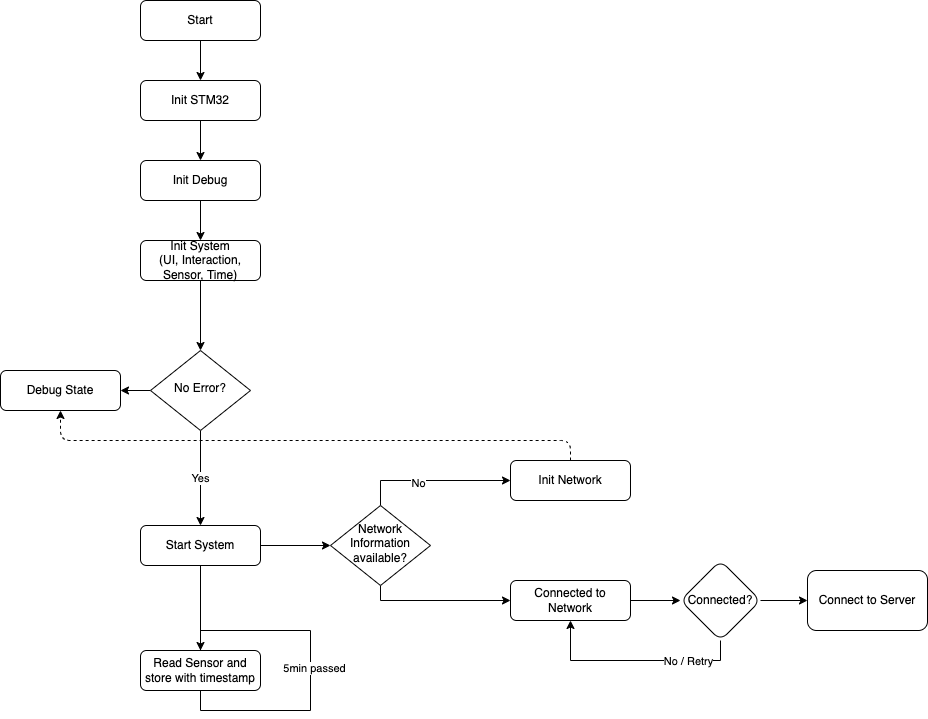
Earlier version of the draw.io export week-4-state-machine-flowchart.drawio.png (martenbiehl/making-embedded-systems-exercises). Source tidied: cells renumbered, new cells last; positions are measured from the earlier drawing's top-left corner, leaving out a move shared by most shapes.
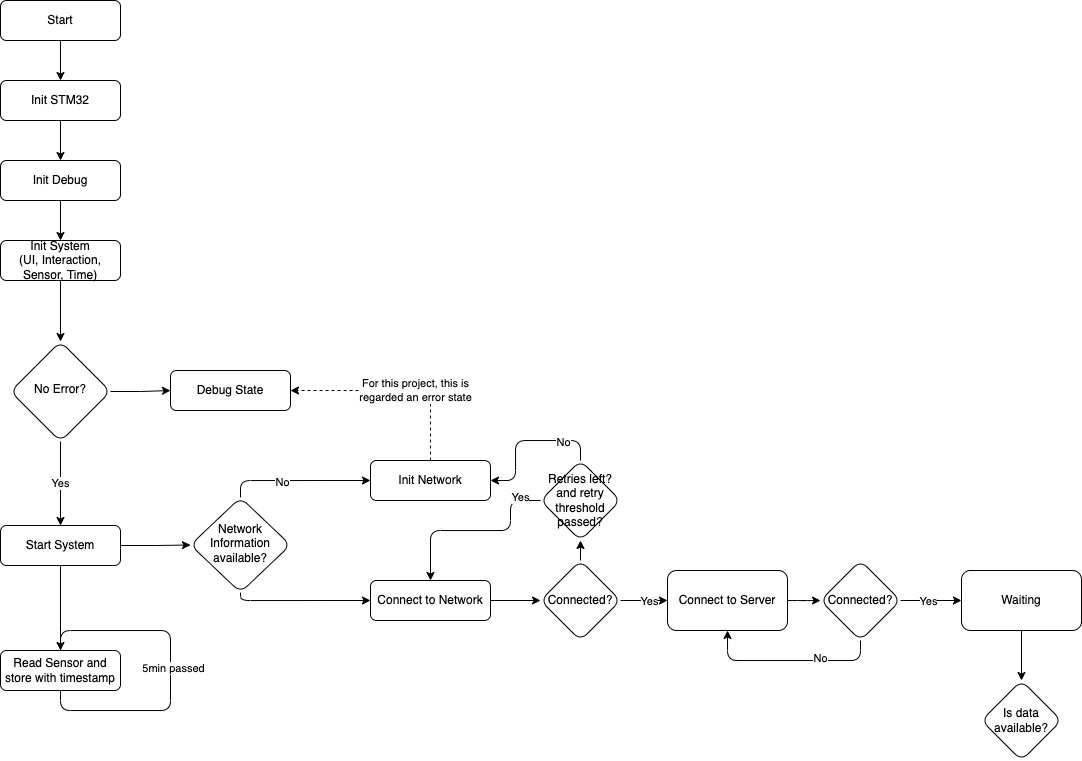
The same file after the commit.

The edit, as a diff of the source:
```diff
@@ -20,17 +20,22 @@
     <mxCell id="7" value="Init Debug" style="rounded=1;whiteSpace=wrap;html=1;fontSize=12;glass=0;strokeWidth=1;shadow=0;" parent="1" vertex="1">
       <mxGeometry x="140" y="160" width="120" height="40" as="geometry" />
     </mxCell>
-    <mxCell id="8" value="&lt;span style=&quot;color: rgba(0, 0, 0, 0); font-family: monospace; font-size: 0px; text-align: start; background-color: rgb(248, 249, 250);&quot;&gt;%3CmxGraphModel%3E%3Croot%3E%3CmxCell%20id%3D%220%22%2F%3E%3CmxCell%20id%3D%221%22%20parent%3D%220%22%2F%3E%3CmxCell%20id%3D%222%22%20value%3D%22For%20this%20system%20this%20is%20regarded%20an%20error%20state%22%20style%3D%22edgeLabel%3Bhtml%3D1%3Balign%3Dcenter%3BverticalAlign%3Dmiddle%3Bresizable%3D0%3Bpoints%3D%5B%5D%3B%22%20vertex%3D%221%22%20connectable%3D%220%22%20parent%3D%221%22%3E%3CmxGeometry%20x%3D%22486%22%20y%3D%22470%22%20as%3D%22geometry%22%2F%3E%3C%2FmxCell%3E%3C%2Froot%3E%3C%2FmxGraphModel%3E&lt;/span&gt;&lt;span style=&quot;color: rgba(0, 0, 0, 0); font-family: monospace; font-size: 0px; text-align: start; background-color: rgb(248, 249, 250);&quot;&gt;%3CmxGraphModel%3E%3Croot%3E%3CmxCell%20id%3D%220%22%2F%3E%3CmxCell%20id%3D%221%22%20parent%3D%220%22%2F%3E%3CmxCell%20id%3D%222%22%20value%3D%22For%20this%20system%20this%20is%20regarded%20an%20error%20state%22%20style%3D%22edgeLabel%3Bhtml%3D1%3Balign%3Dcenter%3BverticalAlign%3Dmiddle%3Bresizable%3D0%3Bpoints%3D%5B%5D%3B%22%20vertex%3D%221%22%20connectable%3D%220%22%20parent%3D%221%22%3E%3CmxGeometry%20x%3D%22486%22%20y%3D%22470%22%20as%3D%22geometry%22%2F%3E%3C%2FmxCell%3E%3C%2Froot%3E%3C%2FmxGraphModel%3EFor&lt;/span&gt;" style="edgeStyle=orthogonalEdgeStyle;rounded=1;jettySize=auto;html=1;dashed=1;" parent="1" edge="1" source="10" target="19">
+    <mxCell id="8" value="&lt;span style=&quot;color: rgba(0, 0, 0, 0); font-family: monospace; font-size: 0px; text-align: start; background-color: rgb(248, 249, 250);&quot;&gt;%3CmxGraphModel%3E%3Croot%3E%3CmxCell%20id%3D%220%22%2F%3E%3CmxCell%20id%3D%221%22%20parent%3D%220%22%2F%3E%3CmxCell%20id%3D%222%22%20value%3D%22For%20this%20system%20this%20is%20regarded%20an%20error%20state%22%20style%3D%22edgeLabel%3Bhtml%3D1%3Balign%3Dcenter%3BverticalAlign%3Dmiddle%3Bresizable%3D0%3Bpoints%3D%5B%5D%3B%22%20vertex%3D%221%22%20connectable%3D%220%22%20parent%3D%221%22%3E%3CmxGeometry%20x%3D%22486%22%20y%3D%22470%22%20as%3D%22geometry%22%2F%3E%3C%2FmxCell%3E%3C%2Froot%3E%3C%2FmxGraphModel%3E&lt;/span&gt;&lt;span style=&quot;color: rgba(0, 0, 0, 0); font-family: monospace; font-size: 0px; text-align: start; background-color: rgb(248, 249, 250);&quot;&gt;%3CmxGraphModel%3E%3Croot%3E%3CmxCell%20id%3D%220%22%2F%3E%3CmxCell%20id%3D%221%22%20parent%3D%220%22%2F%3E%3CmxCell%20id%3D%222%22%20value%3D%22For%20this%20system%20this%20is%20regarded%20an%20error%20state%22%20style%3D%22edgeLabel%3Bhtml%3D1%3Balign%3Dcenter%3BverticalAlign%3Dmiddle%3Bresizable%3D0%3Bpoints%3D%5B%5D%3B%22%20vertex%3D%221%22%20connectable%3D%220%22%20parent%3D%221%22%3E%3CmxGeometry%20x%3D%22486%22%20y%3D%22470%22%20as%3D%22geometry%22%2F%3E%3C%2FmxCell%3E%3C%2Froot%3E%3C%2FmxGraphModel%3EFor&lt;/span&gt;" style="edgeStyle=orthogonalEdgeStyle;rounded=1;jettySize=auto;html=1;dashed=1;entryX=1;entryY=0.5;entryDx=0;entryDy=0;exitX=0.5;exitY=0;exitDx=0;exitDy=0;" parent="1" edge="1" source="10" target="19">
       <mxGeometry relative="1" as="geometry">
         <Array as="points">
-          <mxPoint x="570" y="440" />
-          <mxPoint x="60" y="440" />
+          <mxPoint x="570" y="390" />
         </Array>
       </mxGeometry>
     </mxCell>
     <mxCell id="9" value="&lt;span style=&quot;color: rgba(0, 0, 0, 0); font-family: monospace; font-size: 0px; text-align: start; background-color: rgb(248, 249, 250);&quot;&gt;%3CmxGraphModel%3E%3Croot%3E%3CmxCell%20id%3D%220%22%2F%3E%3CmxCell%20id%3D%221%22%20parent%3D%220%22%2F%3E%3CmxCell%20id%3D%222%22%20value%3D%22For%20this%20system%20this%20is%20regarded%20an%20error%20state%22%20style%3D%22edgeLabel%3Bhtml%3D1%3Balign%3Dcenter%3BverticalAlign%3Dmiddle%3Bresizable%3D0%3Bpoints%3D%5B%5D%3B%22%20vertex%3D%221%22%20connectable%3D%220%22%20parent%3D%221%22%3E%3CmxGeometry%20x%3D%22486%22%20y%3D%22470%22%20as%3D%22geometry%22%2F%3E%3C%2FmxCell%3E%3C%2Froot%3E%3C%2FmxGraphModel%For t&lt;/span&gt;" style="edgeLabel;html=1;align=center;verticalAlign=middle;" parent="8" vertex="1">
       <mxGeometry x="-0.14" y="-4" relative="1" as="geometry" />
     </mxCell>
+    <mxCell id="34" value="&lt;span style=&quot;color: rgba(0, 0, 0, 0); font-family: monospace; font-size: 0px; text-align: start; background-color: rgb(248, 249, 250);&quot;&gt;%3CmxGraphModel%3E%3Croot%3E%3CmxCell%20id%3D%220%22%2F%3E%3CmxCell%20id%3D%221%22%20parent%3D%220%22%2F%3E%3CmxCell%20id%3D%222%22%20value%3D%22For%20this%20system%20this%20is%20regarded%20an%20error%20state%22%20style%3D%22edgeLabel%3Bhtml%3D1%3Balign%3Dcenter%3BverticalAlign%3Dmiddle%3Bresizable%3D0%3Bpoints%3D%5B%5D%3B%22%20vertex%3D%221%22%20connectable%3D%220%22%20parent%3D%221%22%3E%3CmxGeometry%20x%3D%22486%22%20y%3D%22470%22%20as%3D%22geometry%22%2F%3E%3C%2FmxCell%3E%3C%2Froot%3E%3C%2FmxGraphModel%For this&lt;/span&gt;" style="edgeLabel;html=1;align=center;verticalAlign=middle;" parent="8" vertex="1">
+      <mxGeometry x="-0.28" relative="1" as="geometry" />
+    </mxCell>
+    <mxCell id="35" value="For this project, this is&lt;br&gt;regarded an error state" style="edgeLabel;html=1;align=center;verticalAlign=middle;" parent="8" vertex="1">
+      <mxGeometry x="-0.18" relative="1" as="geometry" />
+    </mxCell>
     <mxCell id="10" value="Init Network" style="rounded=1;whiteSpace=wrap;html=1;fontSize=12;glass=0;strokeWidth=1;shadow=0;" parent="1" vertex="1">
       <mxGeometry x="510" y="460" width="120" height="40" as="geometry" />
     </mxCell>
@@ -40,7 +45,7 @@
     <mxCell id="12" value="Init STM32" style="rounded=1;whiteSpace=wrap;html=1;fontSize=12;glass=0;strokeWidth=1;shadow=0;" parent="1" vertex="1">
       <mxGeometry x="140" y="80" width="120" height="40" as="geometry" />
     </mxCell>
-    <mxCell id="13" style="edgeStyle=orthogonalEdgeStyle;rounded=0;jettySize=auto;html=1;entryX=0.5;entryY=0;entryDx=0;entryDy=0;" parent="1" edge="1" source="15" target="22">
+    <mxCell id="13" style="edgeStyle=orthogonalEdgeStyle;rounded=1;jettySize=auto;html=1;entryX=0.5;entryY=0;entryDx=0;entryDy=0;" parent="1" edge="1" source="15" target="22">
       <mxGeometry relative="1" as="geometry" />
     </mxCell>
     <mxCell id="14" style="edgeStyle=orthogonalEdgeStyle;rounded=0;jettySize=auto;html=1;entryX=0;entryY=0.5;entryDx=0;entryDy=0;" parent="1" edge="1" source="15" target="26">
@@ -55,13 +60,13 @@
     <mxCell id="17" style="edgeStyle=orthogonalEdgeStyle;rounded=0;jettySize=auto;html=1;" parent="1" edge="1" source="18" target="19">
       <mxGeometry relative="1" as="geometry" />
     </mxCell>
-    <mxCell id="18" value="No Error?" style="rhombus;whiteSpace=wrap;html=1;shadow=0;fontFamily=Helvetica;fontSize=12;align=center;strokeWidth=1;spacing=6;spacingTop=-4;" parent="1" vertex="1">
-      <mxGeometry x="150" y="350" width="100" height="80" as="geometry" />
+    <mxCell id="18" value="No Error?" style="rhombus;whiteSpace=wrap;html=1;shadow=0;fontFamily=Helvetica;fontSize=12;align=center;strokeWidth=1;spacing=6;spacingTop=-4;rounded=1;" parent="1" vertex="1">
+      <mxGeometry x="150" y="341" width="100" height="100" as="geometry" />
     </mxCell>
     <mxCell id="19" value="Debug State" style="rounded=1;whiteSpace=wrap;html=1;fontSize=12;glass=0;strokeWidth=1;shadow=0;" parent="1" vertex="1">
-      <mxGeometry y="370" width="120" height="40" as="geometry" />
+      <mxGeometry x="310" y="370" width="120" height="40" as="geometry" />
     </mxCell>
-    <mxCell id="20" style="edgeStyle=orthogonalEdgeStyle;rounded=0;orthogonalLoop=1;jettySize=auto;html=1;entryX=0.5;entryY=0;entryDx=0;entryDy=0;" parent="1" edge="1" source="22" target="22">
+    <mxCell id="20" style="edgeStyle=orthogonalEdgeStyle;rounded=1;orthogonalLoop=1;jettySize=auto;html=1;entryX=0.5;entryY=0;entryDx=0;entryDy=0;" parent="1" edge="1" source="22" target="22">
       <mxGeometry relative="1" as="geometry">
         <Array as="points">
           <mxPoint x="200" y="630" />
@@ -77,7 +82,7 @@
     <mxCell id="22" value="Read Sensor and store with timestamp" style="rounded=1;whiteSpace=wrap;html=1;fontSize=12;glass=0;strokeWidth=1;shadow=0;" parent="1" vertex="1">
       <mxGeometry x="140" y="650" width="120" height="40" as="geometry" />
     </mxCell>
-    <mxCell id="23" style="edgeStyle=orthogonalEdgeStyle;rounded=0;jettySize=auto;html=1;entryX=0;entryY=0.5;entryDx=0;entryDy=0;" parent="1" edge="1" source="26" target="10">
+    <mxCell id="23" style="edgeStyle=orthogonalEdgeStyle;rounded=1;jettySize=auto;html=1;entryX=0;entryY=0.5;entryDx=0;entryDy=0;" parent="1" edge="1" source="26" target="10">
       <mxGeometry relative="1" as="geometry">
         <Array as="points">
           <mxPoint x="380" y="480" />
@@ -89,41 +94,95 @@
         <mxPoint y="1" as="offset" />
       </mxGeometry>
     </mxCell>
-    <mxCell id="25" style="edgeStyle=orthogonalEdgeStyle;rounded=0;jettySize=auto;html=1;entryX=0;entryY=0.5;entryDx=0;entryDy=0;" parent="1" edge="1" source="26" target="28">
+    <mxCell id="25" style="edgeStyle=orthogonalEdgeStyle;rounded=1;jettySize=auto;html=1;entryX=0;entryY=0.5;entryDx=0;entryDy=0;" parent="1" edge="1" source="26" target="28">
       <mxGeometry relative="1" as="geometry">
         <Array as="points">
           <mxPoint x="380" y="600" />
         </Array>
       </mxGeometry>
     </mxCell>
-    <mxCell id="26" value="Network Information available?" style="rhombus;whiteSpace=wrap;html=1;shadow=0;fontFamily=Helvetica;fontSize=12;align=center;strokeWidth=1;spacing=6;spacingTop=-4;" parent="1" vertex="1">
-      <mxGeometry x="330" y="505" width="100" height="80" as="geometry" />
+    <mxCell id="26" value="Network Information available?" style="rhombus;whiteSpace=wrap;html=1;shadow=0;fontFamily=Helvetica;fontSize=12;align=center;strokeWidth=1;spacing=6;spacingTop=-4;rounded=1;" parent="1" vertex="1">
+      <mxGeometry x="330" y="497" width="100" height="95" as="geometry" />
     </mxCell>
     <mxCell id="27" style="edgeStyle=orthogonalEdgeStyle;rounded=0;jettySize=auto;html=1;" parent="1" edge="1" source="28" target="32">
       <mxGeometry relative="1" as="geometry" />
     </mxCell>
-    <mxCell id="28" value="Connected to Network" style="rounded=1;whiteSpace=wrap;html=1;fontSize=12;glass=0;strokeWidth=1;shadow=0;" parent="1" vertex="1">
+    <mxCell id="28" value="Connect to Network" style="rounded=1;whiteSpace=wrap;html=1;fontSize=12;glass=0;strokeWidth=1;shadow=0;" parent="1" vertex="1">
       <mxGeometry x="510" y="580" width="120" height="40" as="geometry" />
     </mxCell>
-    <mxCell id="29" style="edgeStyle=orthogonalEdgeStyle;rounded=0;jettySize=auto;html=1;entryX=0.5;entryY=1;entryDx=0;entryDy=0;" parent="1" edge="1" source="32" target="28">
-      <mxGeometry relative="1" as="geometry">
-        <Array as="points">
-          <mxPoint x="720" y="660" />
-          <mxPoint x="570" y="660" />
-        </Array>
-      </mxGeometry>
-    </mxCell>
-    <mxCell id="30" value="No / Retry" style="edgeLabel;html=1;align=center;verticalAlign=middle;" parent="29" vertex="1">
-      <mxGeometry x="-0.49" relative="1" as="geometry" />
-    </mxCell>
     <mxCell id="31" style="edgeStyle=orthogonalEdgeStyle;rounded=0;jettySize=auto;html=1;" parent="1" edge="1" source="32" target="33">
       <mxGeometry relative="1" as="geometry" />
     </mxCell>
+    <mxCell id="36" value="Yes" style="edgeLabel;html=1;align=center;verticalAlign=middle;" parent="31" vertex="1">
+      <mxGeometry x="0.21" y="-1" relative="1" as="geometry" />
+    </mxCell>
+    <mxCell id="37" style="edgeStyle=orthogonalEdgeStyle;rounded=1;jettySize=auto;html=1;" parent="1" edge="1" source="32" target="51">
+      <mxGeometry relative="1" as="geometry" />
+    </mxCell>
     <mxCell id="32" value="Connected?" style="rhombus;whiteSpace=wrap;html=1;rounded=1;glass=0;strokeWidth=1;shadow=0;" parent="1" vertex="1">
       <mxGeometry x="680" y="560" width="80" height="80" as="geometry" />
     </mxCell>
+    <mxCell id="38" style="edgeStyle=orthogonalEdgeStyle;rounded=1;jettySize=auto;html=1;" parent="1" edge="1" source="33" target="43">
+      <mxGeometry relative="1" as="geometry" />
+    </mxCell>
     <mxCell id="33" value="Connect to Server" style="whiteSpace=wrap;html=1;rounded=1;glass=0;strokeWidth=1;shadow=0;" parent="1" vertex="1">
       <mxGeometry x="807" y="570" width="120" height="60" as="geometry" />
     </mxCell>
+    <mxCell id="39" style="edgeStyle=orthogonalEdgeStyle;rounded=1;jettySize=auto;html=1;" parent="1" edge="1" source="43" target="45">
+      <mxGeometry relative="1" as="geometry" />
+    </mxCell>
+    <mxCell id="40" value="Yes" style="edgeLabel;html=1;align=center;verticalAlign=middle;" parent="39" vertex="1">
+      <mxGeometry x="-0.07" y="-1" relative="1" as="geometry" />
+    </mxCell>
+    <mxCell id="41" style="edgeStyle=orthogonalEdgeStyle;rounded=1;jettySize=auto;html=1;entryX=0.5;entryY=1;entryDx=0;entryDy=0;" parent="1" edge="1" source="43" target="33">
+      <mxGeometry relative="1" as="geometry">
+        <Array as="points">
+          <mxPoint x="1000" y="660" />
+          <mxPoint x="867" y="660" />
+        </Array>
+      </mxGeometry>
+    </mxCell>
+    <mxCell id="42" value="No" style="edgeLabel;html=1;align=center;verticalAlign=middle;" parent="41" vertex="1">
+      <mxGeometry x="-0.33" y="-2" relative="1" as="geometry" />
+    </mxCell>
+    <mxCell id="43" value="Connected?" style="rhombus;whiteSpace=wrap;html=1;rounded=1;glass=0;strokeWidth=1;shadow=0;" parent="1" vertex="1">
+      <mxGeometry x="960" y="560" width="80" height="80" as="geometry" />
+    </mxCell>
+    <mxCell id="44" style="edgeStyle=orthogonalEdgeStyle;rounded=1;jettySize=auto;html=1;" parent="1" edge="1" source="45" target="46">
+      <mxGeometry relative="1" as="geometry" />
+    </mxCell>
+    <mxCell id="45" value="Waiting" style="whiteSpace=wrap;html=1;rounded=1;glass=0;strokeWidth=1;shadow=0;" parent="1" vertex="1">
+      <mxGeometry x="1101" y="570" width="120" height="60" as="geometry" />
+    </mxCell>
+    <mxCell id="46" value="Is data available?" style="rhombus;whiteSpace=wrap;html=1;rounded=1;glass=0;strokeWidth=1;shadow=0;" parent="1" vertex="1">
+      <mxGeometry x="1121" y="680" width="80" height="80" as="geometry" />
+    </mxCell>
+    <mxCell id="47" style="edgeStyle=orthogonalEdgeStyle;rounded=1;jettySize=auto;html=1;entryX=0.5;entryY=0;entryDx=0;entryDy=0;exitX=0;exitY=0.5;exitDx=0;exitDy=0;" parent="1" edge="1" source="51" target="28">
+      <mxGeometry relative="1" as="geometry">
+        <Array as="points">
+          <mxPoint x="650" y="500" />
+          <mxPoint x="650" y="530" />
+          <mxPoint x="570" y="530" />
+        </Array>
+      </mxGeometry>
+    </mxCell>
+    <mxCell id="48" value="Yes" style="edgeLabel;html=1;align=center;verticalAlign=middle;" parent="47" vertex="1">
+      <mxGeometry x="-0.79" y="-3" relative="1" as="geometry" />
+    </mxCell>
+    <mxCell id="49" style="edgeStyle=orthogonalEdgeStyle;rounded=1;jettySize=auto;html=1;entryX=1;entryY=0.5;entryDx=0;entryDy=0;" parent="1" edge="1" source="51" target="10">
+      <mxGeometry relative="1" as="geometry">
+        <Array as="points">
+          <mxPoint x="720" y="440" />
+          <mxPoint x="655" y="440" />
+          <mxPoint x="655" y="480" />
+        </Array>
+      </mxGeometry>
+    </mxCell>
+    <mxCell id="50" value="No" style="edgeLabel;html=1;align=center;verticalAlign=middle;" parent="49" vertex="1">
+      <mxGeometry x="-0.49" y="2" relative="1" as="geometry" />
+    </mxCell>
+    <mxCell id="51" value="Retries left? and retry threshold passed?" style="rhombus;whiteSpace=wrap;html=1;rounded=1;glass=0;strokeWidth=1;shadow=0;" parent="1" vertex="1">
+      <mxGeometry x="680" y="460" width="80" height="80" as="geometry" />
+    </mxCell>
   </root>
 </mxGraphModel>
```
